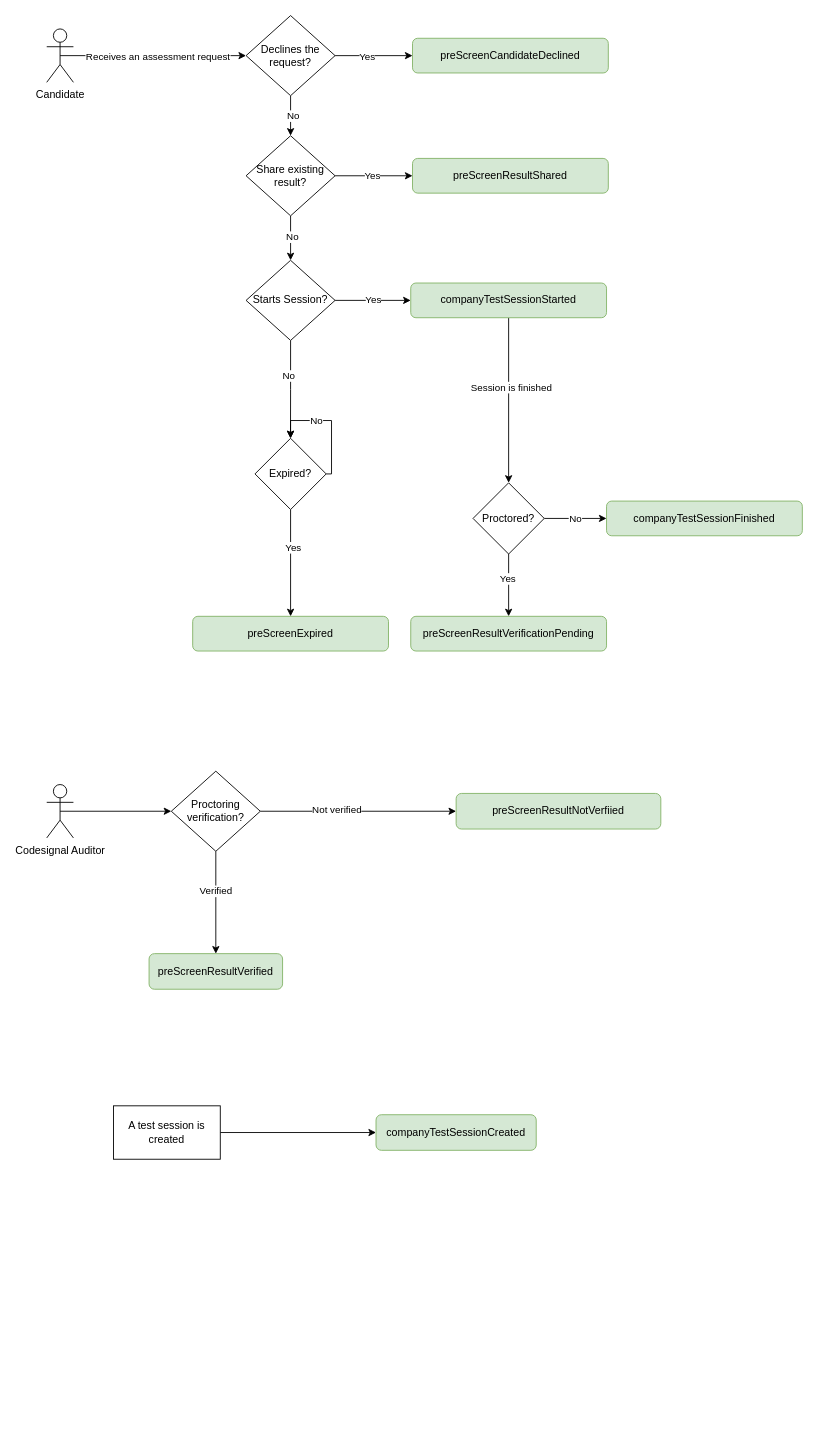
CodeSignal/developer-docs keeps this draw.io diagram as docs/diagrams/webhooks-flow.drawio. Above is the earlier version. Source tidied: cells renumbered, new cells numbered last; positions are measured from the earlier drawing's top-left corner, leaving out a move shared by most shapes. Both pictures are drawn from the tidied source at 89%, with x=0, y=0 at pixel (46, 15).
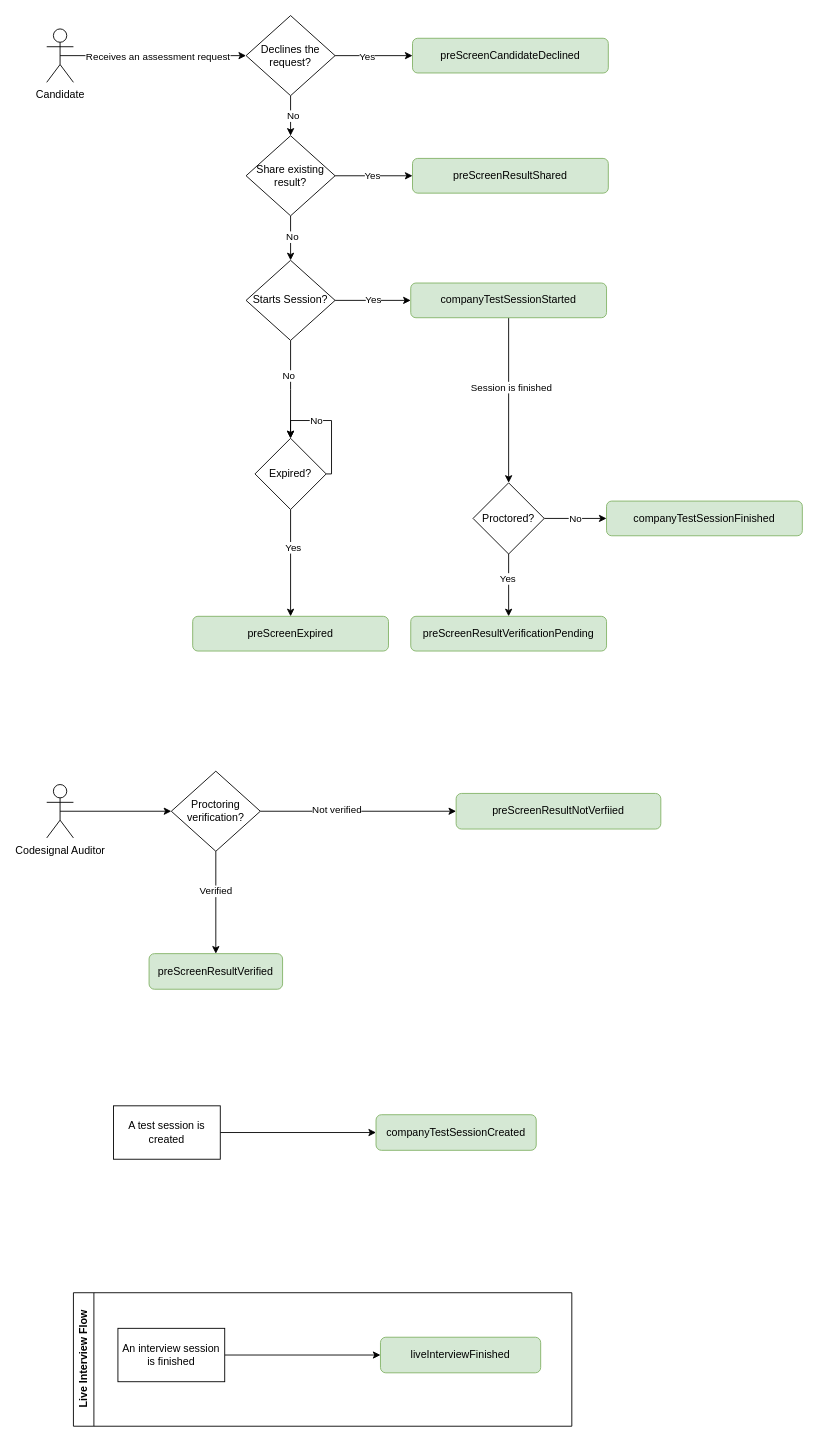
The same diagram, later.

Change to the diagram source:
```diff
@@
+    <mxCell id="47" value="Live Interview Flow" style="swimlane;horizontal=0;whiteSpace=wrap;html=1;" parent="1" vertex="1">
+      <mxGeometry x="30" y="1435" width="560" height="150" as="geometry" />
+    </mxCell>
+    <mxCell id="48" style="edgeStyle=orthogonalEdgeStyle;rounded=0;jettySize=auto;html=1;exitX=1;exitY=0.5;exitDx=0;exitDy=0;entryX=0;entryY=0.5;entryDx=0;entryDy=0;" parent="47" edge="1" source="50" target="49">
+      <mxGeometry relative="1" as="geometry" />
+    </mxCell>
+    <mxCell id="49" value="liveInterviewFinished" style="rounded=1;whiteSpace=wrap;html=1;fillColor=#d5e8d4;strokeColor=#82b366;" parent="47" vertex="1">
+      <mxGeometry x="345" y="50" width="180" height="40" as="geometry" />
+    </mxCell>
+    <mxCell id="50" value="An interview session is finished" style="rounded=0;whiteSpace=wrap;html=1;" parent="47" vertex="1">
+      <mxGeometry x="50" y="40" width="120" height="60" as="geometry" />
+    </mxCell>
```
